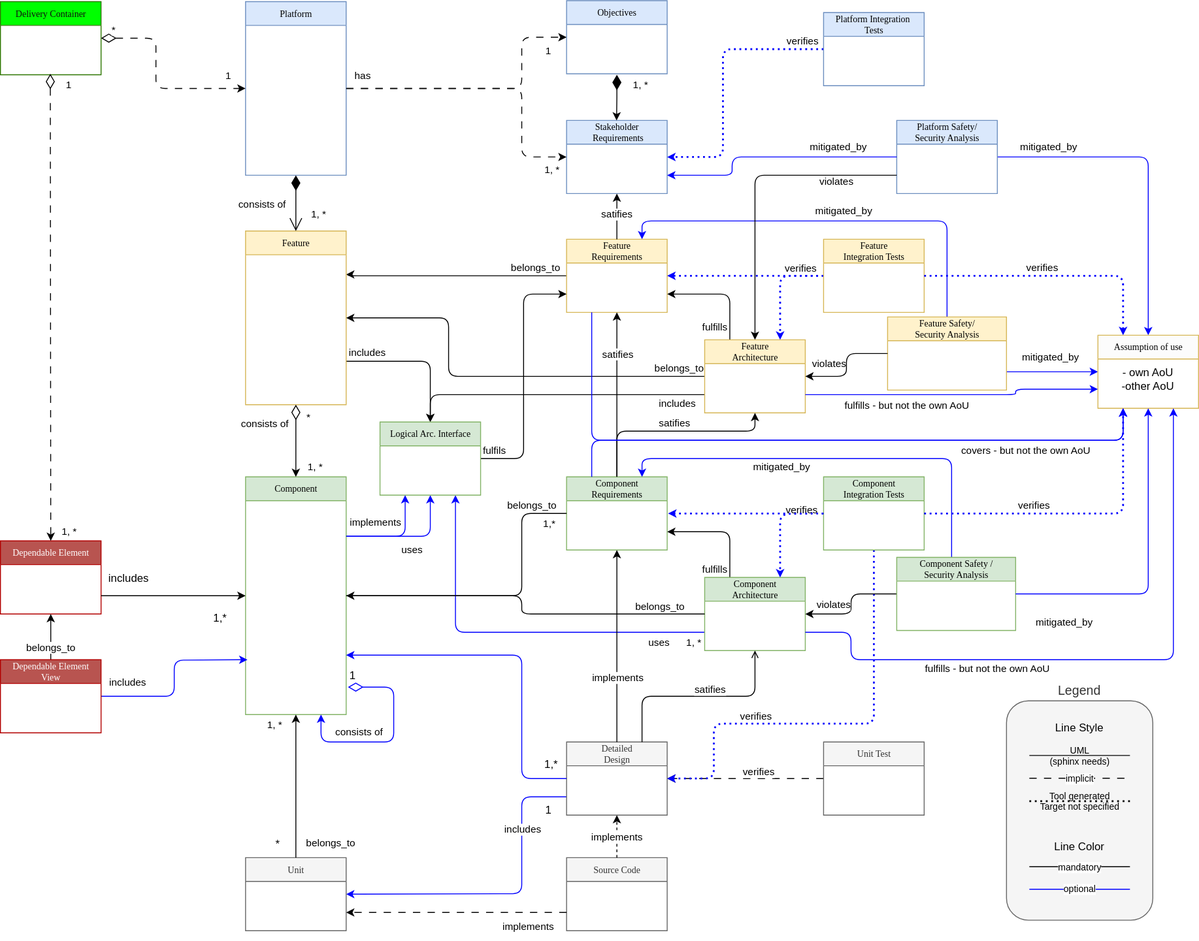
Earlier version of the draw.io export main/_images/score_building_blocks_meta_model.drawio.svg (MaximilianSoerenPollak/process_description). Source tidied: cells renumbered, new cells last; positions are measured from the earlier drawing's top-left corner, leaving out a move shared by most shapes.
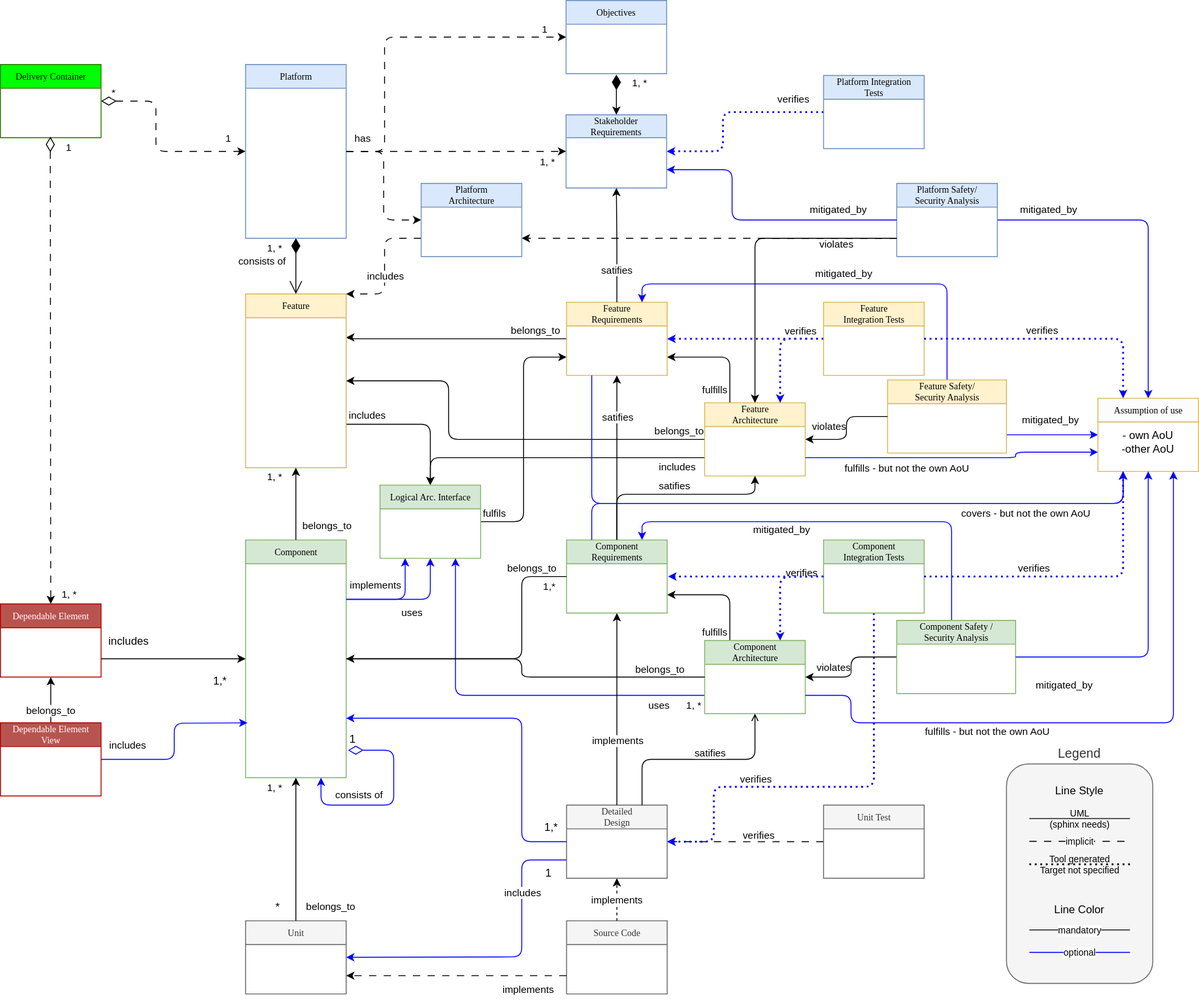
Later version of the same file.

What changed in the source:
```diff
@@ -104,11 +104,6 @@
         <mxPoint x="-9" y="-11" as="offset" />
       </mxGeometry>
     </mxCell>
-    <mxCell id="24" value="consists of" style="edgeLabel;html=1;align=center;verticalAlign=middle;" parent="1" vertex="1">
-      <mxGeometry x="260" y="491" as="geometry">
-        <mxPoint x="28" y="-29" as="offset" />
-      </mxGeometry>
-    </mxCell>
     <mxCell id="25" style="edgeStyle=orthogonalEdgeStyle;rounded=1;jettySize=auto;html=1;entryX=0;entryY=0.75;entryDx=0;entryDy=0;curved=0;exitX=1;exitY=0.5;exitDx=0;exitDy=0;endArrow=none;endFill=0;startArrow=classic;startFill=1;strokeColor=#0000FF;" parent="1" edge="1" source="27" target="55">
       <mxGeometry relative="1" as="geometry">
         <Array as="points">
@@ -142,39 +137,32 @@
         </Array>
       </mxGeometry>
     </mxCell>
-    <mxCell id="32" value="Stakeholder&lt;br&gt;&amp;nbsp;Requirements" style="swimlane;html=1;fontStyle=0;horizontal=1;startSize=26;fillColor=#dae8fc;swimlaneFillColor=#ffffff;rounded=0;shadow=0;comic=0;labelBackgroundColor=none;strokeWidth=1;fontFamily=Verdana;fontSize=10;align=center;strokeColor=#6c8ebf;" parent="1" vertex="1">
-      <mxGeometry x="619" y="131" width="110" height="80" as="geometry" />
+    <mxCell id="32" value="Stakeholder&lt;br&gt;&amp;nbsp;Requirements" style="swimlane;html=1;fontStyle=0;horizontal=1;startSize=25;fillColor=#dae8fc;swimlaneFillColor=#ffffff;rounded=0;shadow=0;comic=0;labelBackgroundColor=none;strokeWidth=1;fontFamily=Verdana;fontSize=10;align=center;strokeColor=#6c8ebf;" parent="1" vertex="1">
+      <mxGeometry x="618.5" y="56" width="110" height="80" as="geometry" />
     </mxCell>
-    <mxCell id="33" style="edgeStyle=orthogonalEdgeStyle;rounded=0;jettySize=auto;html=1;exitX=0.5;exitY=0;exitDx=0;exitDy=0;endArrow=classic;endFill=1;" parent="32" edge="1" source="11">
-      <mxGeometry relative="1" as="geometry">
-        <mxPoint x="55" y="80" as="targetPoint" />
-      </mxGeometry>
-    </mxCell>
-    <mxCell id="34" value="satifies" style="edgeLabel;html=1;align=center;verticalAlign=middle;" parent="33" vertex="1">
-      <mxGeometry x="0.11" y="1" relative="1" as="geometry" />
-    </mxCell>
     <mxCell id="35" style="endArrow=classic;dashed=1;endFill=1;endSize=6;html=1;rounded=0;fontSize=8;fontColor=#FF0000;exitX=0;exitY=0.75;exitDx=0;exitDy=0;entryX=1;entryY=0.75;entryDx=0;entryDy=0;dashPattern=8 8;" parent="1" edge="1" source="30" target="27">
       <mxGeometry relative="1" as="geometry" />
     </mxCell>
     <mxCell id="36" value="&lt;span style=&quot;color: rgb(0, 0, 0); font-size: 11px; background-color: rgb(255, 255, 255);&quot;&gt;implements&lt;/span&gt;" style="text;html=1;align=center;verticalAlign=middle;strokeColor=none;fillColor=none;fontSize=8;fontColor=#FF0000;" parent="1" vertex="1">
       <mxGeometry x="537" y="997.5" width="80" height="30" as="geometry" />
     </mxCell>
-    <mxCell id="37" style="edgeStyle=orthogonalEdgeStyle;rounded=1;jettySize=auto;html=1;entryX=0;entryY=0.5;entryDx=0;entryDy=0;curved=0;dashed=1;dashPattern=8 8;" parent="1" edge="1" source="38" target="32">
-      <mxGeometry relative="1" as="geometry">
-        <Array as="points">
-          <mxPoint x="570" y="96" />
-          <mxPoint x="570" y="171" />
-        </Array>
-      </mxGeometry>
+    <mxCell id="37" style="rounded=1;jettySize=auto;html=1;entryX=0;entryY=0.5;entryDx=0;entryDy=0;dashed=1;dashPattern=8 8;exitX=1;exitY=0.5;exitDx=0;exitDy=0;" parent="1" edge="1" source="38" target="32">
+      <mxGeometry relative="1" as="geometry" />
     </mxCell>
+    <mxCell id="140" value="1, *" style="edgeLabel;html=1;align=center;verticalAlign=top;" parent="37" vertex="1">
+      <mxGeometry x="0.82" y="1" relative="1" as="geometry" />
+    </mxCell>
+    <mxCell id="141" style="edgeStyle=orthogonalEdgeStyle;html=1;exitX=1;exitY=0.5;exitDx=0;exitDy=0;entryX=0;entryY=0.5;entryDx=0;entryDy=0;rounded=1;dashed=1;dashPattern=8 8;strokeColor=default;align=center;verticalAlign=middle;fontFamily=Helvetica;fontSize=11;fontColor=default;labelBackgroundColor=default;endArrow=classic;" parent="1" edge="1" source="38" target="145">
+      <mxGeometry relative="1" as="geometry" />
+    </mxCell>
     <mxCell id="38" value="Platform" style="swimlane;html=1;fontStyle=0;horizontal=1;startSize=26;fillColor=#dae8fc;swimlaneFillColor=#ffffff;rounded=0;shadow=0;comic=0;labelBackgroundColor=none;strokeWidth=1;fontFamily=Verdana;fontSize=10;align=center;strokeColor=#6c8ebf;" parent="1" vertex="1">
       <mxGeometry x="268" y="1" width="110" height="190" as="geometry" />
     </mxCell>
     <mxCell id="39" value="1, *" style="endArrow=open;html=1;endSize=12;startArrow=diamondThin;startSize=14;startFill=1;edgeStyle=orthogonalEdgeStyle;align=left;verticalAlign=bottom;rounded=0;exitX=0.5;exitY=1;exitDx=0;exitDy=0;entryX=0.5;entryY=0;entryDx=0;entryDy=0;" parent="1" edge="1" source="38" target="7">
-      <mxGeometry x="0.71" y="15" relative="1" as="geometry" />
+      <mxGeometry x="-0.34" y="-33" relative="1" as="geometry" />
     </mxCell>
     <mxCell id="40" value="consists of" style="edgeLabel;html=1;align=center;verticalAlign=middle;" parent="1" vertex="1">
-      <mxGeometry x="288" y="371" as="geometry">
+      <mxGeometry x="288" y="364" as="geometry">
         <mxPoint x="-3" y="-149" as="offset" />
       </mxGeometry>
     </mxCell>
@@ -185,31 +173,29 @@
     </mxCell>
     <mxCell id="42" value="1, *" style="edgeLabel;html=1;align=center;verticalAlign=middle;" parent="1" vertex="1">
       <mxGeometry x="614" y="341" as="geometry">
-        <mxPoint x="-12" y="-157" as="offset" />
+        <mxPoint x="-91" y="-159" as="offset" />
       </mxGeometry>
     </mxCell>
     <mxCell id="43" value="Objectives" style="swimlane;html=1;fontStyle=0;horizontal=1;startSize=26;fillColor=#dae8fc;swimlaneFillColor=#ffffff;rounded=0;shadow=0;comic=0;labelBackgroundColor=none;strokeWidth=1;fontFamily=Verdana;fontSize=10;align=center;strokeColor=#6c8ebf;" parent="1" vertex="1">
-      <mxGeometry x="619" width="110" height="80" as="geometry" />
+      <mxGeometry x="618.5" y="-69" width="110" height="80" as="geometry" />
     </mxCell>
     <mxCell id="44" style="edgeStyle=orthogonalEdgeStyle;rounded=1;jettySize=auto;html=1;entryX=0;entryY=0.5;entryDx=0;entryDy=0;exitX=1;exitY=0.5;exitDx=0;exitDy=0;curved=0;dashed=1;dashPattern=8 8;" parent="1" edge="1" source="38" target="43">
       <mxGeometry relative="1" as="geometry">
         <Array as="points">
-          <mxPoint x="570" y="96" />
-          <mxPoint x="570" y="40" />
+          <mxPoint x="420" y="96" />
+          <mxPoint x="420" y="-29" />
         </Array>
       </mxGeometry>
     </mxCell>
-    <mxCell id="45" value="1" style="edgeLabel;html=1;align=center;verticalAlign=middle;" parent="1" vertex="1">
-      <mxGeometry x="610.6" y="211" as="geometry">
-        <mxPoint x="-12" y="-157" as="offset" />
-      </mxGeometry>
+    <mxCell id="45" value="1" style="edgeLabel;html=1;align=center;verticalAlign=bottom;" parent="44" vertex="1">
+      <mxGeometry x="0.87" relative="1" as="geometry" />
     </mxCell>
-    <mxCell id="46" value="1, *" style="endArrow=classic;html=1;endSize=6;startArrow=diamondThin;startSize=14;startFill=1;edgeStyle=orthogonalEdgeStyle;align=left;verticalAlign=bottom;rounded=0;entryX=0.5;entryY=0;entryDx=0;entryDy=0;endFill=1;" parent="1" edge="1">
+    <mxCell id="46" value="1, *" style="endArrow=classic;html=1;endSize=6;startArrow=diamondThin;startSize=14;startFill=1;edgeStyle=orthogonalEdgeStyle;align=left;verticalAlign=bottom;rounded=0;entryX=0.5;entryY=0;entryDx=0;entryDy=0;endFill=1;" parent="1" edge="1" target="32">
       <mxGeometry x="-0.2" y="16" relative="1" as="geometry">
-        <mxPoint x="674" y="81" as="sourcePoint" />
-        <mxPoint x="673.7" y="131" as="targetPoint" />
+        <mxPoint x="673.5" y="12" as="sourcePoint" />
         <Array as="points">
-          <mxPoint x="674" y="106" />
+          <mxPoint x="674" y="37" />
+          <mxPoint x="673" y="56" />
         </Array>
       </mxGeometry>
     </mxCell>
@@ -327,14 +313,6 @@
     <mxCell id="68" value="1,*" style="text;html=1;align=center;verticalAlign=middle;strokeColor=none;fillColor=none;fontSize=12;fontColor=#000000;" parent="1" vertex="1">
       <mxGeometry x="220" y="661" width="40" height="30" as="geometry" />
     </mxCell>
-    <mxCell id="69" value="*" style="endArrow=classic;html=1;endSize=6;startArrow=diamondThin;startSize=14;startFill=0;align=left;verticalAlign=bottom;rounded=0;endFill=1;exitX=0.5;exitY=1;exitDx=0;exitDy=0;entryX=0.5;entryY=0;entryDx=0;entryDy=0;" parent="1" edge="1" source="7" target="9">
-      <mxGeometry x="-0.43" y="10" relative="1" as="geometry" />
-    </mxCell>
-    <mxCell id="70" value="1, *" style="edgeLabel;html=1;align=center;verticalAlign=middle;" parent="69" vertex="1">
-      <mxGeometry x="0.69" y="7" relative="1" as="geometry">
-        <mxPoint x="13" as="offset" />
-      </mxGeometry>
-    </mxCell>
     <mxCell id="71" style="edgeStyle=orthogonalEdgeStyle;rounded=0;jettySize=auto;html=1;entryX=1;entryY=0.75;entryDx=0;entryDy=0;exitX=0;exitY=0.5;exitDx=0;exitDy=0;endArrow=none;endFill=0;startArrow=classic;startFill=1;strokeColor=#0000FF;" parent="1" edge="1" source="74" target="73">
       <mxGeometry relative="1" as="geometry" />
     </mxCell>
@@ -360,7 +338,7 @@
       <mxGeometry relative="1" as="geometry">
         <Array as="points">
           <mxPoint x="790" y="53" />
-          <mxPoint x="790" y="171" />
+          <mxPoint x="790" y="96" />
         </Array>
       </mxGeometry>
     </mxCell>
@@ -377,7 +355,7 @@
       <mxGeometry x="900" y="261" width="110" height="80" as="geometry" />
     </mxCell>
     <mxCell id="81" value="verifies" style="edgeLabel;html=1;align=center;verticalAlign=middle;" parent="1" vertex="1">
-      <mxGeometry x="760" y="166" as="geometry">
+      <mxGeometry x="750" y="161" as="geometry">
         <mxPoint x="116" y="-123" as="offset" />
       </mxGeometry>
     </mxCell>
@@ -489,6 +467,14 @@
         <mxPoint x="980" y="171" as="targetPoint" />
       </mxGeometry>
     </mxCell>
+    <mxCell id="142" style="edgeStyle=orthogonalEdgeStyle;html=1;exitX=0;exitY=0.75;exitDx=0;exitDy=0;entryX=1;entryY=0.75;entryDx=0;entryDy=0;rounded=1;dashed=1;dashPattern=8 8;strokeColor=default;align=center;verticalAlign=middle;fontFamily=Helvetica;fontSize=11;fontColor=default;labelBackgroundColor=default;endArrow=classic;" parent="1" edge="1" source="105" target="145">
+      <mxGeometry relative="1" as="geometry">
+        <Array as="points">
+          <mxPoint x="700" y="191" />
+          <mxPoint x="700" y="191" />
+        </Array>
+      </mxGeometry>
+    </mxCell>
     <mxCell id="105" value="Platform Safety/&lt;br&gt;Security Analysis" style="swimlane;html=1;fontStyle=0;horizontal=1;startSize=26;fillColor=#dae8fc;swimlaneFillColor=#ffffff;rounded=0;shadow=0;comic=0;labelBackgroundColor=none;strokeWidth=1;fontFamily=Verdana;fontSize=10;align=center;strokeColor=#6c8ebf;" parent="1" vertex="1">
       <mxGeometry x="980" y="131" width="110" height="80" as="geometry" />
     </mxCell>
@@ -496,7 +482,7 @@
       <mxGeometry relative="1" as="geometry">
         <Array as="points">
           <mxPoint x="800" y="171" />
-          <mxPoint x="800" y="191" />
+          <mxPoint x="800" y="116" />
         </Array>
       </mxGeometry>
     </mxCell>
@@ -669,5 +655,35 @@
     <mxCell id="139" value="covers - but not the own AoU" style="edgeLabel;html=1;align=center;verticalAlign=middle;" parent="1" vertex="1">
       <mxGeometry x="1120" y="491" as="geometry" />
     </mxCell>
+    <mxCell id="143" style="edgeStyle=orthogonalEdgeStyle;html=1;exitX=0;exitY=0.75;exitDx=0;exitDy=0;entryX=1;entryY=0;entryDx=0;entryDy=0;rounded=1;dashed=1;dashPattern=8 8;strokeColor=default;align=center;verticalAlign=middle;fontFamily=Helvetica;fontSize=11;fontColor=default;labelBackgroundColor=default;endArrow=classic;" parent="1" edge="1" source="145" target="7">
+      <mxGeometry relative="1" as="geometry">
+        <Array as="points">
+          <mxPoint x="420" y="191" />
+          <mxPoint x="420" y="252" />
+        </Array>
+      </mxGeometry>
+    </mxCell>
+    <mxCell id="144" value="includes" style="edgeLabel;html=1;align=center;verticalAlign=middle;rounded=1;dashed=1;dashPattern=8 8;strokeColor=default;fontFamily=Helvetica;fontSize=11;fontColor=default;labelBackgroundColor=default;" parent="143" vertex="1">
+      <mxGeometry x="0.13" relative="1" as="geometry" />
+    </mxCell>
+    <mxCell id="145" value="Platform&lt;br&gt;Architecture" style="swimlane;html=1;fontStyle=0;horizontal=1;startSize=26;fillColor=#dae8fc;swimlaneFillColor=#ffffff;rounded=0;shadow=0;comic=0;labelBackgroundColor=none;strokeWidth=1;fontFamily=Verdana;fontSize=10;align=center;strokeColor=#6c8ebf;" parent="1" vertex="1">
+      <mxGeometry x="460" y="131" width="110" height="80" as="geometry" />
+    </mxCell>
+    <mxCell id="33" style="edgeStyle=orthogonalEdgeStyle;rounded=0;jettySize=auto;html=1;exitX=0.5;exitY=0;exitDx=0;exitDy=0;endArrow=classic;endFill=1;entryX=0.5;entryY=1;entryDx=0;entryDy=0;" parent="1" edge="1" source="11" target="32">
+      <mxGeometry relative="1" as="geometry" />
+    </mxCell>
+    <mxCell id="34" value="satifies" style="edgeLabel;html=1;align=center;verticalAlign=middle;" parent="33" vertex="1">
+      <mxGeometry x="0.11" y="1" relative="1" as="geometry">
+        <mxPoint x="1" y="34" as="offset" />
+      </mxGeometry>
+    </mxCell>
+    <mxCell id="146" value="1, *" style="endArrow=classic;html=1;endSize=6;startArrow=none;startSize=14;startFill=0;edgeStyle=orthogonalEdgeStyle;align=left;verticalAlign=bottom;rounded=0;entryX=0.5;entryY=1;entryDx=0;entryDy=0;exitX=0.5;exitY=0;exitDx=0;exitDy=0;endFill=1;" parent="1" edge="1" source="9" target="7">
+      <mxGeometry x="0.52" y="33" relative="1" as="geometry" />
+    </mxCell>
+    <mxCell id="147" value="belongs_to" style="edgeLabel;html=1;align=center;verticalAlign=middle;" parent="146" vertex="1">
+      <mxGeometry x="-0.54" y="2" relative="1" as="geometry">
+        <mxPoint x="35" y="2" as="offset" />
+      </mxGeometry>
+    </mxCell>
   </root>
 </mxGraphModel>
```
